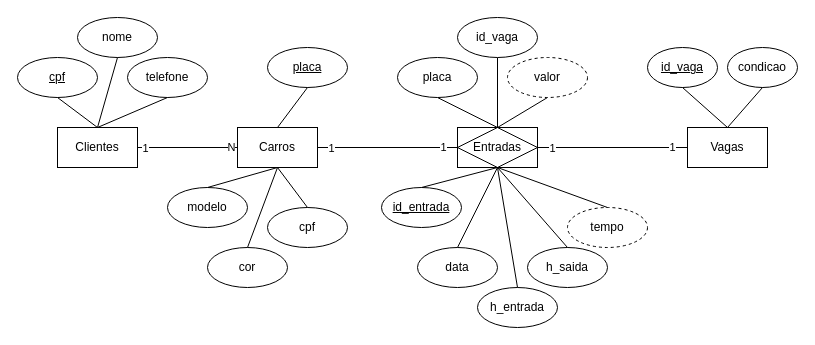
The draw.io diagram docs/estacionamento.drawio in c-alvares/Estacionamento, before the edit. Source tidied: cells renumbered, new cells numbered last; positions are measured from the earlier drawing's top-left corner, leaving out a move shared by most shapes. Both pictures are drawn from the tidied source at 100%, with x=0, y=0 at pixel (17, 17).
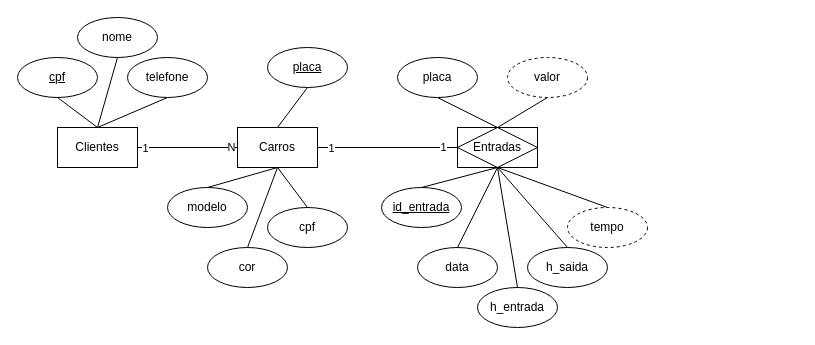
After the change.

The change refers to these unchanged cells:
```xml
<mxCell id="25" value="Entradas" style="shape=associativeEntity;whiteSpace=wrap;html=1;align=center;" parent="1" vertex="1">
  <mxGeometry x="440" y="110" width="80" height="40" as="geometry" />
</mxCell>
```

The edit, as a diff of the source:
```diff
@@
-<mxGraphModel>
+<mxGraphModel background="#ffffff">
@@
-    <mxCell id="4" value="Vagas" style="whiteSpace=wrap;html=1;align=center;" parent="1" vertex="1">
-      <mxGeometry x="670" y="110" width="80" height="40" as="geometry" />
-    </mxCell>
@@
-    <mxCell id="21" value="condicao" style="ellipse;whiteSpace=wrap;html=1;align=center;" parent="1" vertex="1">
-      <mxGeometry x="710" y="30" width="70" height="40" as="geometry" />
-    </mxCell>
-    <mxCell id="22" value="id_vaga" style="ellipse;whiteSpace=wrap;html=1;align=center;fontStyle=4;" parent="1" vertex="1">
-      <mxGeometry x="630" y="30" width="70" height="40" as="geometry" />
-    </mxCell>
-    <mxCell id="23" style="endArrow=none;html=1;rounded=0;exitX=0.5;exitY=1;exitDx=0;exitDy=0;entryX=0.5;entryY=0;entryDx=0;entryDy=0;" parent="1" edge="1" source="22" target="4">
-      <mxGeometry relative="1" as="geometry" />
-    </mxCell>
-    <mxCell id="24" style="endArrow=none;html=1;rounded=0;exitX=0.5;exitY=1;exitDx=0;exitDy=0;entryX=0.5;entryY=0;entryDx=0;entryDy=0;" parent="1" edge="1" source="21" target="4">
-      <mxGeometry relative="1" as="geometry" />
-    </mxCell>
@@
-    <mxCell id="36" value="1" style="endArrow=none;html=1;rounded=0;entryX=0;entryY=0.5;entryDx=0;entryDy=0;exitX=1;exitY=0.5;exitDx=0;exitDy=0;" parent="1" edge="1" source="25" target="4">
-      <mxGeometry x="0.8" relative="1" as="geometry" />
-    </mxCell>
-    <mxCell id="37" value="1" style="edgeLabel;html=1;align=center;verticalAlign=middle;" parent="36" vertex="1">
-      <mxGeometry x="-0.86" relative="1" as="geometry">
-        <mxPoint x="3" as="offset" />
-      </mxGeometry>
-    </mxCell>
@@
-    <mxCell id="42" style="endArrow=none;html=1;rounded=0;exitX=0.5;exitY=1;exitDx=0;exitDy=0;entryX=0.5;entryY=0;entryDx=0;entryDy=0;" parent="1" edge="1" source="43" target="25">
-      <mxGeometry relative="1" as="geometry" />
-    </mxCell>
-    <mxCell id="43" value="id_vaga" style="ellipse;whiteSpace=wrap;html=1;align=center;" parent="1" vertex="1">
-      <mxGeometry x="440" width="80" height="40" as="geometry" />
-    </mxCell>
```
